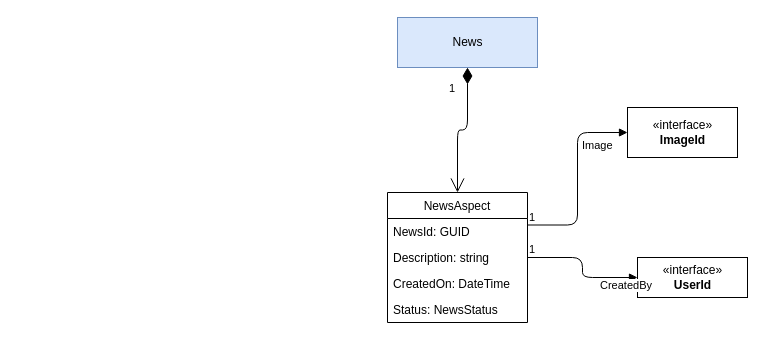
This is UML/News.drawio from sdlfly2000/MindBridgeCampServer, a draw.io file, before an edit. Source tidied: cells renumbered, new cells numbered last; positions are measured from the earlier drawing's top-left corner, leaving out a move shared by most shapes. Both pictures are drawn from the tidied source at 100%, with x=0, y=0 at pixel (387, 17).
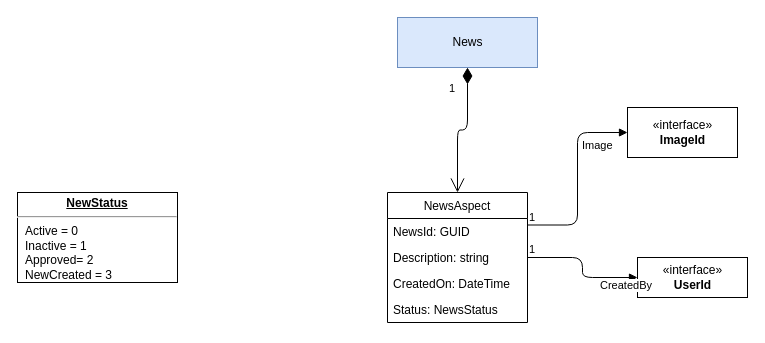
Above is the later version.

Commit message (it also covers changes not shown here):
add UML Pairs

What changed in the source:
```diff
@@
 <mxGraphModel>
   <root>
     <mxCell id="0" />
     <mxCell id="1" parent="0" />
     <mxCell id="2" value="NewsAspect" style="swimlane;fontStyle=0;horizontal=1;startSize=26;fillColor=none;" parent="1" vertex="1">
       <mxGeometry y="175" width="140" height="130" as="geometry" />
     </mxCell>
     <mxCell id="3" value="NewsId: GUID" style="text;strokeColor=none;fillColor=none;align=left;verticalAlign=top;spacingLeft=4;spacingRight=4;overflow=hidden;" parent="2" vertex="1">
       <mxGeometry y="26" width="140" height="26" as="geometry" />
     </mxCell>
     <mxCell id="4" value="Description: string" style="text;strokeColor=none;fillColor=none;align=left;verticalAlign=top;spacingLeft=4;spacingRight=4;overflow=hidden;points=[[0,0.5],[1,0.5]];portConstraint=eastwest;" parent="2" vertex="1">
       <mxGeometry y="52" width="140" height="26" as="geometry" />
     </mxCell>
     <mxCell id="5" value="CreatedOn: DateTime" style="text;strokeColor=none;fillColor=none;align=left;verticalAlign=top;spacingLeft=4;spacingRight=4;overflow=hidden;" parent="2" vertex="1">
       <mxGeometry y="78" width="140" height="26" as="geometry" />
     </mxCell>
     <mxCell id="6" value="Status: NewsStatus" style="text;strokeColor=none;fillColor=none;align=left;verticalAlign=top;spacingLeft=4;spacingRight=4;overflow=hidden;" parent="2" vertex="1">
       <mxGeometry y="104" width="140" height="26" as="geometry" />
     </mxCell>
     <mxCell id="7" value="«interface»&lt;br&gt;&lt;b&gt;ImageId&lt;/b&gt;" style="html=1;" parent="1" vertex="1">
       <mxGeometry x="240" y="90" width="110" height="50" as="geometry" />
     </mxCell>
     <mxCell id="8" value="«interface»&lt;br&gt;&lt;b&gt;UserId&lt;/b&gt;" style="html=1;" parent="1" vertex="1">
       <mxGeometry x="250" y="240" width="110" height="40" as="geometry" />
     </mxCell>
     <mxCell id="9" value="Image" style="endArrow=block;endFill=1;html=1;edgeStyle=orthogonalEdgeStyle;align=left;verticalAlign=top;entryX=0;entryY=0.5;entryDx=0;entryDy=0;exitX=1;exitY=0.25;exitDx=0;exitDy=0;" parent="1" edge="1" source="2" target="7">
       <mxGeometry x="0.51" relative="1" as="geometry" />
     </mxCell>
     <mxCell id="10" value="1" style="edgeLabel;html=1;align=left;verticalAlign=bottom;" parent="9" vertex="1">
       <mxGeometry x="-1" relative="1" as="geometry" />
     </mxCell>
     <mxCell id="11" value="CreatedBy" style="endArrow=block;endFill=1;html=1;edgeStyle=orthogonalEdgeStyle;align=left;verticalAlign=top;entryX=0;entryY=0.5;entryDx=0;entryDy=0;" parent="1" edge="1" source="4" target="8">
       <mxGeometry x="0.4" y="5" relative="1" as="geometry" />
     </mxCell>
     <mxCell id="12" value="1" style="edgeLabel;html=1;align=left;verticalAlign=bottom;" parent="11" vertex="1">
       <mxGeometry x="-1" relative="1" as="geometry" />
     </mxCell>
     <mxCell id="13" value="News" style="html=1;fillColor=#dae8fc;strokeColor=#6c8ebf;" parent="1" vertex="1">
       <mxGeometry x="10" width="140" height="50" as="geometry" />
     </mxCell>
     <mxCell id="14" value="1" style="endArrow=open;html=1;endSize=12;startArrow=diamondThin;startSize=14;startFill=1;edgeStyle=orthogonalEdgeStyle;align=left;verticalAlign=bottom;entryX=0.5;entryY=0;entryDx=0;entryDy=0;exitX=0.5;exitY=1;exitDx=0;exitDy=0;" parent="1" edge="1" source="13" target="2">
       <mxGeometry x="-0.56" y="-20" relative="1" as="geometry" />
     </mxCell>
+    <mxCell id="15" value="&lt;p style=&quot;margin: 0px ; margin-top: 4px ; text-align: center ; text-decoration: underline&quot;&gt;&lt;b&gt;NewStatus&lt;/b&gt;&lt;/p&gt;&lt;hr&gt;&lt;p style=&quot;margin: 0px ; margin-left: 8px&quot;&gt;Active = 0&lt;br&gt;Inactive = 1&lt;br&gt;Approved= 2&lt;/p&gt;&lt;p style=&quot;margin: 0px ; margin-left: 8px&quot;&gt;NewCreated = 3&lt;/p&gt;" style="verticalAlign=top;align=left;overflow=fill;fontSize=12;fontFamily=Helvetica;html=1;" parent="1" vertex="1">
+      <mxGeometry x="-370" y="175" width="160" height="90" as="geometry" />
+    </mxCell>
   </root>
 </mxGraphModel>
```
